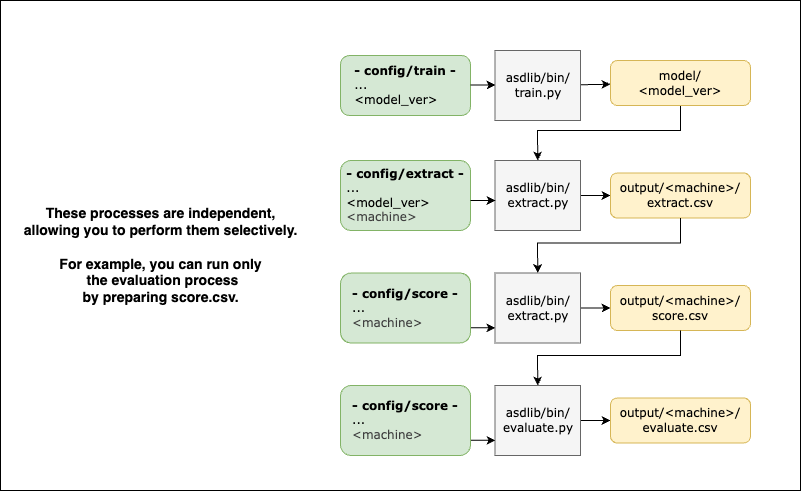
Before: docs/tools.drawio.png, a diagram exported from draw.io (TakuyaFujimura/dcase-asd-toolkit). Source tidied: cells renumbered, new cells last; positions are measured from the earlier drawing's top-left corner, leaving out a move shared by most shapes.
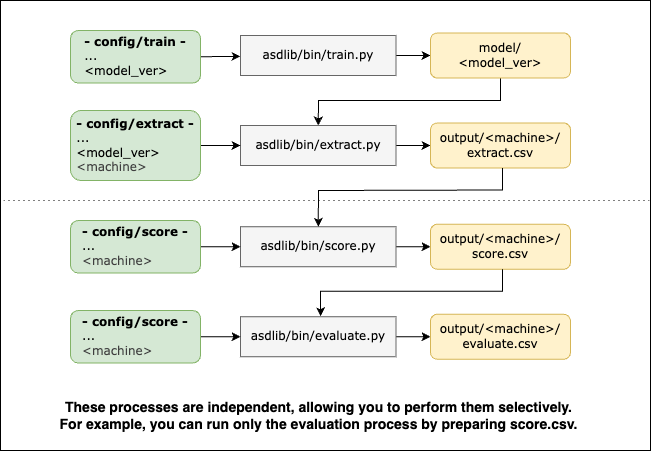
Later version of the same file.

Diff of the diagram source:
```diff
@@ -3,108 +3,103 @@
     <mxCell id="0" />
     <mxCell id="1" parent="0" />
     <mxCell id="2" style="rounded=0;whiteSpace=wrap;html=1;" parent="1" vertex="1">
-      <mxGeometry width="800" height="490" as="geometry" />
+      <mxGeometry x="250" y="30" width="650" height="450" as="geometry" />
     </mxCell>
     <mxCell id="3" style="edgeStyle=none;html=1;" parent="1" edge="1" source="4" target="6">
       <mxGeometry relative="1" as="geometry" />
     </mxCell>
-    <mxCell id="4" value="&lt;font style=&quot;color: rgb(0, 0, 0);&quot;&gt;asdlib/bin/&lt;br&gt;train.py&lt;/font&gt;" style="whiteSpace=wrap;html=1;fontFamily=Verdana;fillColor=#f5f5f5;fontColor=#333333;strokeColor=#666666;" parent="1" vertex="1">
-      <mxGeometry x="494.5" y="50" width="85.5" height="70" as="geometry" />
+    <mxCell id="4" value="&lt;font style=&quot;color: rgb(0, 0, 0);&quot;&gt;asdlib/bin/train.py&lt;/font&gt;" style="whiteSpace=wrap;html=1;fontFamily=Verdana;fillColor=#f5f5f5;fontColor=#333333;strokeColor=#666666;" parent="1" vertex="1">
+      <mxGeometry x="490" y="65" width="155.5" height="40" as="geometry" />
     </mxCell>
     <mxCell id="5" style="edgeStyle=none;html=1;exitX=0.5;exitY=1;exitDx=0;exitDy=0;entryX=0.5;entryY=0;entryDx=0;entryDy=0;rounded=0;curved=0;" parent="1" edge="1" source="6" target="11">
       <mxGeometry relative="1" as="geometry">
         <Array as="points">
-          <mxPoint x="680" y="130" />
-          <mxPoint x="537" y="130" />
+          <mxPoint x="750" y="130" />
+          <mxPoint x="568" y="130" />
         </Array>
       </mxGeometry>
     </mxCell>
     <mxCell id="6" value="model&lt;span style=&quot;color: rgb(0, 0, 0);&quot;&gt;/&lt;br&gt;&amp;lt;model_ver&amp;gt;&lt;/span&gt;" style="whiteSpace=wrap;html=1;rounded=1;fontFamily=Verdana;fillColor=#fff2cc;strokeColor=#d6b656;" parent="1" vertex="1">
-      <mxGeometry x="610" y="60" width="140" height="45" as="geometry" />
+      <mxGeometry x="680" y="62.5" width="140" height="45" as="geometry" />
     </mxCell>
+    <mxCell id="27" style="edgeStyle=none;html=1;exitX=1;exitY=0.5;exitDx=0;exitDy=0;" parent="1" edge="1" source="7" target="4">
+      <mxGeometry relative="1" as="geometry" />
+    </mxCell>
     <mxCell id="7" value="&lt;font style=&quot;color: rgb(0, 0, 0);&quot;&gt;&lt;b style=&quot;&quot;&gt;- config/train -&lt;/b&gt;&lt;/font&gt;&lt;div&gt;&lt;div style=&quot;&quot;&gt;&lt;div style=&quot;text-align: left;&quot;&gt;&lt;span style=&quot;background-color: transparent;&quot;&gt;&lt;font style=&quot;color: rgb(0, 0, 0);&quot;&gt;...&lt;/font&gt;&lt;/span&gt;&lt;/div&gt;&lt;span style=&quot;background-color: transparent;&quot;&gt;&lt;div style=&quot;text-align: left;&quot;&gt;&lt;span style=&quot;background-color: transparent;&quot;&gt;&lt;font style=&quot;color: rgb(0, 0, 0);&quot;&gt;&amp;lt;model_ver&amp;gt;&lt;/font&gt;&lt;/span&gt;&lt;/div&gt;&lt;/span&gt;&lt;/div&gt;&lt;/div&gt;" style="whiteSpace=wrap;html=1;rounded=1;fontFamily=Verdana;fillColor=#d5e8d4;strokeColor=#82b366;" parent="1" vertex="1">
-      <mxGeometry x="340" y="55" width="130" height="60" as="geometry" />
+      <mxGeometry x="320" y="60" width="130" height="52.5" as="geometry" />
     </mxCell>
-    <mxCell id="8" value="&lt;font style=&quot;font-size: 14px;&quot;&gt;&lt;b&gt;These processes are independent, &lt;br&gt;allowing you to perform them selectively.&lt;br&gt;&lt;br&gt;For example, you can run only&lt;br&gt;&amp;nbsp;the evaluation process&lt;/b&gt;&lt;/font&gt;&lt;div&gt;&lt;font style=&quot;font-size: 14px;&quot;&gt;&lt;b&gt;by preparing score.csv.&lt;/b&gt;&lt;/font&gt;&lt;/div&gt;" style="text;html=1;align=center;verticalAlign=middle;strokeColor=none;fillColor=none;" parent="1" vertex="1">
-      <mxGeometry x="10" y="200" width="300" height="110" as="geometry" />
+    <mxCell id="8" value="&lt;font style=&quot;font-size: 14px;&quot;&gt;&lt;b&gt;These processes are independent, allowing you to perform them selectively.&lt;br&gt;For example, you can run only&amp;nbsp;the evaluation process&amp;nbsp;&lt;/b&gt;&lt;/font&gt;&lt;b style=&quot;font-size: 14px; background-color: transparent;&quot;&gt;by preparing score.csv.&lt;/b&gt;" style="text;html=1;align=center;verticalAlign=middle;strokeColor=none;fillColor=none;" parent="1" vertex="1">
+      <mxGeometry x="297.8" y="420" width="540" height="50" as="geometry" />
     </mxCell>
-    <mxCell id="9" style="edgeStyle=none;html=1;exitX=1;exitY=0.5;exitDx=0;exitDy=0;entryX=0;entryY=0.75;entryDx=0;entryDy=0;" parent="1" edge="1">
-      <mxGeometry relative="1" as="geometry">
-        <mxPoint x="470" y="84.5" as="sourcePoint" />
-        <mxPoint x="495" y="84.5" as="targetPoint" />
-      </mxGeometry>
-    </mxCell>
     <mxCell id="10" style="edgeStyle=none;html=1;" parent="1" edge="1" source="11" target="12">
       <mxGeometry relative="1" as="geometry" />
     </mxCell>
-    <mxCell id="11" value="&lt;font style=&quot;color: rgb(0, 0, 0);&quot;&gt;asdlib/bin/&lt;br&gt;extract.py&lt;/font&gt;" style="whiteSpace=wrap;html=1;fontFamily=Verdana;fillColor=#f5f5f5;fontColor=#333333;strokeColor=#666666;" parent="1" vertex="1">
-      <mxGeometry x="494.5" y="160" width="85.5" height="70" as="geometry" />
+    <mxCell id="11" value="&lt;font style=&quot;color: rgb(0, 0, 0);&quot;&gt;asdlib/bin/extract.py&lt;/font&gt;" style="whiteSpace=wrap;html=1;fontFamily=Verdana;fillColor=#f5f5f5;fontColor=#333333;strokeColor=#666666;" parent="1" vertex="1">
+      <mxGeometry x="490" y="155" width="155.5" height="40" as="geometry" />
     </mxCell>
     <mxCell id="12" value="&lt;span style=&quot;color: rgb(0, 0, 0);&quot;&gt;output&lt;/span&gt;&lt;span style=&quot;scrollbar-color: light-dark(#e2e2e2, #4b4b4b)&lt;br/&gt;&#9;&#9;&#9;&#9;&#9;light-dark(#fbfbfb, var(--dark-panel-color)); color: rgb(0, 0, 0);&quot;&gt;/&amp;lt;machine&amp;gt;&lt;/span&gt;&lt;span style=&quot;color: rgb(0, 0, 0);&quot;&gt;/&lt;br&gt;extract.csv&lt;/span&gt;" style="whiteSpace=wrap;html=1;rounded=1;fontFamily=Verdana;fillColor=#fff2cc;strokeColor=#d6b656;" parent="1" vertex="1">
-      <mxGeometry x="610" y="172.5" width="140" height="45" as="geometry" />
+      <mxGeometry x="680" y="152.5" width="140" height="45" as="geometry" />
     </mxCell>
+    <mxCell id="28" style="edgeStyle=none;html=1;exitX=1;exitY=0.5;exitDx=0;exitDy=0;entryX=0;entryY=0.5;entryDx=0;entryDy=0;" parent="1" edge="1" source="13" target="11">
+      <mxGeometry relative="1" as="geometry" />
+    </mxCell>
     <mxCell id="13" value="&lt;font style=&quot;scrollbar-color: light-dark(#e2e2e2, #4b4b4b)&lt;br/&gt;&#9;&#9;&#9;&#9;&#9;light-dark(#fbfbfb, var(--dark-panel-color)); color: rgb(0, 0, 0);&quot;&gt;&lt;b style=&quot;scrollbar-color: light-dark(#e2e2e2, #4b4b4b)&lt;br/&gt;&#9;&#9;&#9;&#9;&#9;light-dark(#fbfbfb, var(--dark-panel-color));&quot;&gt;- config/extract -&lt;/b&gt;&lt;/font&gt;&lt;div style=&quot;scrollbar-color: light-dark(#e2e2e2, #4b4b4b)&lt;br/&gt;&#9;&#9;&#9;&#9;&#9;light-dark(#fbfbfb, var(--dark-panel-color));&quot;&gt;&lt;div style=&quot;scrollbar-color: light-dark(#e2e2e2, #4b4b4b)&lt;br/&gt;&#9;&#9;&#9;&#9;&#9;light-dark(#fbfbfb, var(--dark-panel-color));&quot;&gt;&lt;div style=&quot;scrollbar-color: light-dark(#e2e2e2, #4b4b4b)&lt;br/&gt;&#9;&#9;&#9;&#9;&#9;light-dark(#fbfbfb, var(--dark-panel-color)); text-align: left;&quot;&gt;&lt;span style=&quot;scrollbar-color: light-dark(#e2e2e2, #4b4b4b)&lt;br/&gt;&#9;&#9;&#9;&#9;&#9;light-dark(#fbfbfb, var(--dark-panel-color)); background-color: transparent;&quot;&gt;...&lt;/span&gt;&lt;/div&gt;&lt;span style=&quot;scrollbar-color: light-dark(#e2e2e2, #4b4b4b)&lt;br/&gt;&#9;&#9;&#9;&#9;&#9;light-dark(#fbfbfb, var(--dark-panel-color)); background-color: transparent;&quot;&gt;&lt;div style=&quot;scrollbar-color: light-dark(#e2e2e2, #4b4b4b)&lt;br/&gt;&#9;&#9;&#9;&#9;&#9;light-dark(#fbfbfb, var(--dark-panel-color)); text-align: left;&quot;&gt;&lt;span style=&quot;scrollbar-color: light-dark(#e2e2e2, #4b4b4b)&lt;br/&gt;&#9;&#9;&#9;&#9;&#9;light-dark(#fbfbfb, var(--dark-panel-color)); background-color: transparent;&quot;&gt;&amp;lt;model_ver&amp;gt;&lt;br&gt;&lt;span style=&quot;color: rgb(63, 63, 63);&quot;&gt;&amp;lt;machine&amp;gt;&lt;/span&gt;&lt;br&gt;&lt;/span&gt;&lt;/div&gt;&lt;/span&gt;&lt;/div&gt;&lt;/div&gt;" style="whiteSpace=wrap;html=1;rounded=1;fontFamily=Verdana;fillColor=#d5e8d4;strokeColor=#82b366;" parent="1" vertex="1">
-      <mxGeometry x="340" y="160" width="130" height="70" as="geometry" />
+      <mxGeometry x="320" y="140" width="130" height="70" as="geometry" />
     </mxCell>
-    <mxCell id="14" style="edgeStyle=none;html=1;exitX=1;exitY=0.5;exitDx=0;exitDy=0;entryX=0;entryY=0.75;entryDx=0;entryDy=0;" parent="1" edge="1">
-      <mxGeometry relative="1" as="geometry">
-        <mxPoint x="470" y="200" as="sourcePoint" />
-        <mxPoint x="495" y="200" as="targetPoint" />
-      </mxGeometry>
-    </mxCell>
-    <mxCell id="15" style="edgeStyle=none;html=1;exitX=0.5;exitY=1;exitDx=0;exitDy=0;entryX=0.5;entryY=0;entryDx=0;entryDy=0;rounded=0;curved=0;" parent="1" edge="1" target="17">
-      <mxGeometry relative="1" as="geometry">
-        <mxPoint x="680" y="217.5" as="sourcePoint" />
-        <Array as="points">
-          <mxPoint x="680" y="242.5" />
-          <mxPoint x="537" y="242.5" />
-        </Array>
-      </mxGeometry>
-    </mxCell>
     <mxCell id="16" style="edgeStyle=none;html=1;" parent="1" edge="1" source="17" target="18">
       <mxGeometry relative="1" as="geometry" />
     </mxCell>
-    <mxCell id="17" value="&lt;font style=&quot;color: rgb(0, 0, 0);&quot;&gt;asdlib/bin/&lt;br&gt;extract.py&lt;/font&gt;" style="whiteSpace=wrap;html=1;fontFamily=Verdana;fillColor=#f5f5f5;fontColor=#333333;strokeColor=#666666;" parent="1" vertex="1">
-      <mxGeometry x="494.5" y="272.5" width="85.5" height="70" as="geometry" />
+    <mxCell id="17" value="&lt;font style=&quot;color: rgb(0, 0, 0);&quot;&gt;asdlib/bin/score.py&lt;/font&gt;" style="whiteSpace=wrap;html=1;fontFamily=Verdana;fillColor=#f5f5f5;fontColor=#333333;strokeColor=#666666;" parent="1" vertex="1">
+      <mxGeometry x="490" y="256.2" width="155.5" height="40" as="geometry" />
     </mxCell>
     <mxCell id="18" value="&lt;span style=&quot;color: rgb(0, 0, 0);&quot;&gt;output&lt;/span&gt;&lt;span style=&quot;scrollbar-color: light-dark(#e2e2e2, #4b4b4b)&lt;br/&gt;&#9;&#9;&#9;&#9;&#9;light-dark(#fbfbfb, var(--dark-panel-color)); color: rgb(0, 0, 0);&quot;&gt;/&amp;lt;machine&amp;gt;&lt;/span&gt;&lt;span style=&quot;color: rgb(0, 0, 0);&quot;&gt;/&lt;br&gt;score.csv&lt;/span&gt;" style="whiteSpace=wrap;html=1;rounded=1;fontFamily=Verdana;fillColor=#fff2cc;strokeColor=#d6b656;" parent="1" vertex="1">
-      <mxGeometry x="610" y="285" width="140" height="45" as="geometry" />
+      <mxGeometry x="680" y="253.8" width="140" height="45" as="geometry" />
     </mxCell>
-    <mxCell id="19" style="edgeStyle=none;html=1;exitX=1;exitY=0.5;exitDx=0;exitDy=0;entryX=0;entryY=0.75;entryDx=0;entryDy=0;" parent="1" edge="1">
-      <mxGeometry relative="1" as="geometry">
-        <mxPoint x="470" y="327.3" as="sourcePoint" />
-        <mxPoint x="495" y="327.3" as="targetPoint" />
-      </mxGeometry>
-    </mxCell>
-    <mxCell id="20" style="edgeStyle=none;html=1;exitX=0.5;exitY=1;exitDx=0;exitDy=0;entryX=0.5;entryY=0;entryDx=0;entryDy=0;rounded=0;curved=0;" parent="1" edge="1" target="22">
-      <mxGeometry relative="1" as="geometry">
-        <mxPoint x="680" y="330" as="sourcePoint" />
-        <Array as="points">
-          <mxPoint x="680" y="355" />
-          <mxPoint x="537" y="355" />
-        </Array>
-      </mxGeometry>
-    </mxCell>
     <mxCell id="21" style="edgeStyle=none;html=1;" parent="1" edge="1" source="22" target="23">
       <mxGeometry relative="1" as="geometry" />
     </mxCell>
-    <mxCell id="22" value="&lt;font style=&quot;color: rgb(0, 0, 0);&quot;&gt;asdlib/bin/&lt;br&gt;evaluate.py&lt;/font&gt;" style="whiteSpace=wrap;html=1;fontFamily=Verdana;fillColor=#f5f5f5;fontColor=#333333;strokeColor=#666666;" parent="1" vertex="1">
-      <mxGeometry x="494.5" y="385" width="85.5" height="70" as="geometry" />
+    <mxCell id="22" value="&lt;font style=&quot;color: rgb(0, 0, 0);&quot;&gt;asdlib/bin/evaluate.py&lt;/font&gt;" style="whiteSpace=wrap;html=1;fontFamily=Verdana;fillColor=#f5f5f5;fontColor=#333333;strokeColor=#666666;" parent="1" vertex="1">
+      <mxGeometry x="490" y="346.2" width="155.5" height="40" as="geometry" />
     </mxCell>
     <mxCell id="23" value="&lt;span style=&quot;color: rgb(0, 0, 0);&quot;&gt;output&lt;/span&gt;&lt;span style=&quot;scrollbar-color: light-dark(#e2e2e2, #4b4b4b)&lt;br/&gt;&#9;&#9;&#9;&#9;&#9;light-dark(#fbfbfb, var(--dark-panel-color)); color: rgb(0, 0, 0);&quot;&gt;/&amp;lt;machine&amp;gt;&lt;/span&gt;&lt;span style=&quot;color: rgb(0, 0, 0);&quot;&gt;/&lt;br&gt;evaluate.csv&lt;/span&gt;" style="whiteSpace=wrap;html=1;rounded=1;fontFamily=Verdana;fillColor=#fff2cc;strokeColor=#d6b656;" parent="1" vertex="1">
-      <mxGeometry x="610" y="397.5" width="140" height="45" as="geometry" />
+      <mxGeometry x="680" y="343.8" width="140" height="45" as="geometry" />
     </mxCell>
-    <mxCell id="24" style="edgeStyle=none;html=1;exitX=1;exitY=0.5;exitDx=0;exitDy=0;entryX=0;entryY=0.75;entryDx=0;entryDy=0;" parent="1" edge="1">
-      <mxGeometry relative="1" as="geometry">
-        <mxPoint x="470" y="439.8" as="sourcePoint" />
-        <mxPoint x="495" y="439.8" as="targetPoint" />
-      </mxGeometry>
-    </mxCell>
+    <mxCell id="29" style="edgeStyle=none;html=1;exitX=1;exitY=0.5;exitDx=0;exitDy=0;entryX=0;entryY=0.5;entryDx=0;entryDy=0;" parent="1" edge="1" source="25" target="17">
+      <mxGeometry relative="1" as="geometry" />
+    </mxCell>
     <mxCell id="25" value="&lt;font style=&quot;scrollbar-color: light-dark(#e2e2e2, #4b4b4b)&lt;br/&gt;&#9;&#9;&#9;&#9;&#9;light-dark(#fbfbfb, var(--dark-panel-color)); color: rgb(0, 0, 0);&quot;&gt;&lt;b style=&quot;scrollbar-color: light-dark(#e2e2e2, #4b4b4b)&lt;br/&gt;&#9;&#9;&#9;&#9;&#9;light-dark(#fbfbfb, var(--dark-panel-color));&quot;&gt;- config/score -&lt;/b&gt;&lt;/font&gt;&lt;div style=&quot;scrollbar-color: light-dark(#e2e2e2, #4b4b4b)&lt;br/&gt;&#9;&#9;&#9;&#9;&#9;light-dark(#fbfbfb, var(--dark-panel-color));&quot;&gt;&lt;div style=&quot;scrollbar-color: light-dark(#e2e2e2, #4b4b4b)&lt;br/&gt;&#9;&#9;&#9;&#9;&#9;light-dark(#fbfbfb, var(--dark-panel-color));&quot;&gt;&lt;div style=&quot;scrollbar-color: light-dark(#e2e2e2, #4b4b4b)&lt;br/&gt;&#9;&#9;&#9;&#9;&#9;light-dark(#fbfbfb, var(--dark-panel-color)); text-align: left;&quot;&gt;&lt;span style=&quot;scrollbar-color: light-dark(#e2e2e2, #4b4b4b)&lt;br/&gt;&#9;&#9;&#9;&#9;&#9;light-dark(#fbfbfb, var(--dark-panel-color)); background-color: transparent;&quot;&gt;...&lt;/span&gt;&lt;/div&gt;&lt;span style=&quot;scrollbar-color: light-dark(#e2e2e2, #4b4b4b)&lt;br/&gt;&#9;&#9;&#9;&#9;&#9;light-dark(#fbfbfb, var(--dark-panel-color)); background-color: transparent;&quot;&gt;&lt;div style=&quot;scrollbar-color: light-dark(#e2e2e2, #4b4b4b)&lt;br/&gt;&#9;&#9;&#9;&#9;&#9;light-dark(#fbfbfb, var(--dark-panel-color)); text-align: left;&quot;&gt;&lt;span style=&quot;scrollbar-color: light-dark(#e2e2e2, #4b4b4b)&lt;br/&gt;&#9;&#9;&#9;&#9;&#9;light-dark(#fbfbfb, var(--dark-panel-color)); background-color: transparent;&quot;&gt;&lt;span style=&quot;color: rgb(63, 63, 63);&quot;&gt;&amp;lt;machine&amp;gt;&lt;/span&gt;&lt;br&gt;&lt;/span&gt;&lt;/div&gt;&lt;/span&gt;&lt;/div&gt;&lt;/div&gt;" style="whiteSpace=wrap;html=1;rounded=1;fontFamily=Verdana;fillColor=#d5e8d4;strokeColor=#82b366;" parent="1" vertex="1">
-      <mxGeometry x="340" y="272.5" width="130" height="70" as="geometry" />
+      <mxGeometry x="320" y="250" width="130" height="52.5" as="geometry" />
     </mxCell>
+    <mxCell id="30" style="edgeStyle=none;html=1;exitX=1;exitY=0.5;exitDx=0;exitDy=0;entryX=0;entryY=0.5;entryDx=0;entryDy=0;" parent="1" edge="1" source="26" target="22">
+      <mxGeometry relative="1" as="geometry" />
+    </mxCell>
     <mxCell id="26" value="&lt;font style=&quot;scrollbar-color: light-dark(#e2e2e2, #4b4b4b)&lt;br/&gt;&#9;&#9;&#9;&#9;&#9;light-dark(#fbfbfb, var(--dark-panel-color)); color: rgb(0, 0, 0);&quot;&gt;&lt;b style=&quot;scrollbar-color: light-dark(#e2e2e2, #4b4b4b)&lt;br/&gt;&#9;&#9;&#9;&#9;&#9;light-dark(#fbfbfb, var(--dark-panel-color));&quot;&gt;- config/score -&lt;/b&gt;&lt;/font&gt;&lt;div style=&quot;scrollbar-color: light-dark(#e2e2e2, #4b4b4b)&lt;br/&gt;&#9;&#9;&#9;&#9;&#9;light-dark(#fbfbfb, var(--dark-panel-color));&quot;&gt;&lt;div style=&quot;scrollbar-color: light-dark(#e2e2e2, #4b4b4b)&lt;br/&gt;&#9;&#9;&#9;&#9;&#9;light-dark(#fbfbfb, var(--dark-panel-color));&quot;&gt;&lt;div style=&quot;scrollbar-color: light-dark(#e2e2e2, #4b4b4b)&lt;br/&gt;&#9;&#9;&#9;&#9;&#9;light-dark(#fbfbfb, var(--dark-panel-color)); text-align: left;&quot;&gt;&lt;span style=&quot;scrollbar-color: light-dark(#e2e2e2, #4b4b4b)&lt;br/&gt;&#9;&#9;&#9;&#9;&#9;light-dark(#fbfbfb, var(--dark-panel-color)); background-color: transparent;&quot;&gt;...&lt;/span&gt;&lt;/div&gt;&lt;span style=&quot;scrollbar-color: light-dark(#e2e2e2, #4b4b4b)&lt;br/&gt;&#9;&#9;&#9;&#9;&#9;light-dark(#fbfbfb, var(--dark-panel-color)); background-color: transparent;&quot;&gt;&lt;div style=&quot;scrollbar-color: light-dark(#e2e2e2, #4b4b4b)&lt;br/&gt;&#9;&#9;&#9;&#9;&#9;light-dark(#fbfbfb, var(--dark-panel-color)); text-align: left;&quot;&gt;&lt;span style=&quot;scrollbar-color: light-dark(#e2e2e2, #4b4b4b)&lt;br/&gt;&#9;&#9;&#9;&#9;&#9;light-dark(#fbfbfb, var(--dark-panel-color)); background-color: transparent;&quot;&gt;&lt;span style=&quot;color: rgb(63, 63, 63);&quot;&gt;&amp;lt;machine&amp;gt;&lt;/span&gt;&lt;br&gt;&lt;/span&gt;&lt;/div&gt;&lt;/span&gt;&lt;/div&gt;&lt;/div&gt;" style="whiteSpace=wrap;html=1;rounded=1;fontFamily=Verdana;fillColor=#d5e8d4;strokeColor=#82b366;" parent="1" vertex="1">
-      <mxGeometry x="340" y="385" width="130" height="70" as="geometry" />
+      <mxGeometry x="320" y="340" width="130" height="52.5" as="geometry" />
     </mxCell>
+    <mxCell id="31" style="endArrow=none;html=1;dashed=1;dashPattern=1 4;" parent="1" edge="1">
+      <mxGeometry relative="1" as="geometry">
+        <mxPoint x="253" y="230" as="sourcePoint" />
+        <mxPoint x="903" y="230" as="targetPoint" />
+      </mxGeometry>
+    </mxCell>
+    <mxCell id="32" style="edgeStyle=none;html=1;exitX=0.5;exitY=1;exitDx=0;exitDy=0;entryX=0.5;entryY=0;entryDx=0;entryDy=0;rounded=0;curved=0;" parent="1" edge="1" target="17">
+      <mxGeometry relative="1" as="geometry">
+        <mxPoint x="752" y="197.5" as="sourcePoint" />
+        <Array as="points">
+          <mxPoint x="752" y="219.5" />
+          <mxPoint x="568" y="220" />
+        </Array>
+      </mxGeometry>
+    </mxCell>
+    <mxCell id="33" style="edgeStyle=none;html=1;exitX=0.5;exitY=1;exitDx=0;exitDy=0;entryX=0.5;entryY=0;entryDx=0;entryDy=0;rounded=0;curved=0;" parent="1" edge="1">
+      <mxGeometry relative="1" as="geometry">
+        <mxPoint x="752" y="298.8" as="sourcePoint" />
+        <mxPoint x="570" y="345.8" as="targetPoint" />
+        <Array as="points">
+          <mxPoint x="752" y="320.8" />
+          <mxPoint x="570" y="320.8" />
+        </Array>
+      </mxGeometry>
+    </mxCell>
   </root>
 </mxGraphModel>
```
